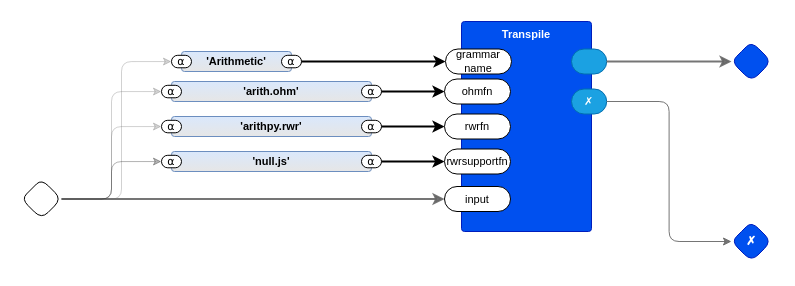
Above: page "To Python" (4 of 5) of arith0d.drawio in guitarvydas/arith0d (draw.io), before the change. Source tidied: cells renumbered, new cells numbered last; positions are measured from the earlier drawing's top-left corner, leaving out a move shared by most shapes. Both pictures are drawn from the tidied source at 100%, with x=0, y=0 at pixel (21, 21).
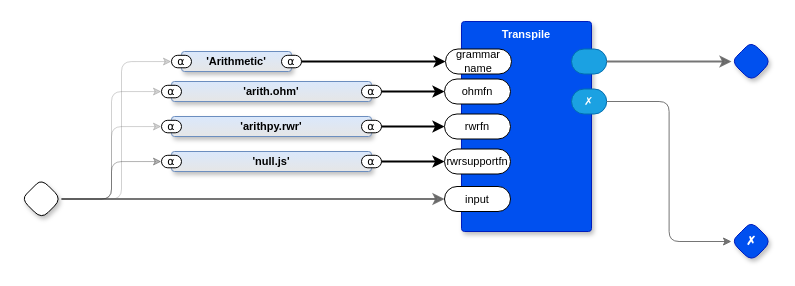
The same page after the edit.

The edit, as a diff of the source:
```diff
@@
-    <mxCell id="7" style="rhombus;whiteSpace=wrap;html=1;rounded=1;fontStyle=1;glass=0;sketch=0;fontSize=12;points=[[0,0.5,0,0,0],[0.5,0,0,0,0],[0.5,1,0,0,0],[1,0.5,0,0,0]];shadow=0;fontFamily=Helvetica;fontColor=default;" parent="1" vertex="1">
+    <mxCell id="7" style="rhombus;whiteSpace=wrap;html=1;rounded=1;fontStyle=1;glass=0;sketch=0;fontSize=12;points=[[0,0.5,0,0,0],[0.5,0,0,0,0],[0.5,1,0,0,0],[1,0.5,0,0,0]];shadow=1;fontFamily=Helvetica;fontColor=default;" parent="1" vertex="1">
       <mxGeometry y="157.5" width="40" height="40" as="geometry" />
     </mxCell>
-    <mxCell id="8" style="rhombus;whiteSpace=wrap;html=1;rounded=1;fillColor=#0050ef;fontColor=#ffffff;strokeColor=#001DBC;fontStyle=1;glass=0;sketch=0;fontSize=12;points=[[0,0.5,0,0,0],[0.5,0,0,0,0],[0.5,1,0,0,0],[1,0.5,0,0,0]];shadow=0;fontFamily=Helvetica;" parent="1" vertex="1">
+    <mxCell id="8" style="rhombus;whiteSpace=wrap;html=1;rounded=1;fillColor=#0050ef;fontColor=#ffffff;strokeColor=#001DBC;fontStyle=1;glass=0;sketch=0;fontSize=12;points=[[0,0.5,0,0,0],[0.5,0,0,0,0],[0.5,1,0,0,0],[1,0.5,0,0,0]];shadow=1;fontFamily=Helvetica;" parent="1" vertex="1">
       <mxGeometry x="710" y="20" width="40" height="40" as="geometry" />
     </mxCell>
-    <mxCell id="9" value="Transpile" style="rounded=1;whiteSpace=wrap;html=1;sketch=0;verticalAlign=top;arcSize=6;fontStyle=1;absoluteArcSize=1;shadow=0;strokeColor=#001DBC;fillColor=#0050ef;fontColor=#ffffff;fontFamily=Helvetica;fontSize=11;" parent="1" vertex="1">
+    <mxCell id="9" value="Transpile" style="rounded=1;whiteSpace=wrap;html=1;sketch=0;verticalAlign=top;arcSize=6;fontStyle=1;absoluteArcSize=1;shadow=1;strokeColor=#001DBC;fillColor=#0050ef;fontColor=#ffffff;fontFamily=Helvetica;fontSize=11;" parent="1" vertex="1">
       <mxGeometry x="440" width="130" height="210" as="geometry" />
     </mxCell>
@@
-    <mxCell id="18" value="✗" style="rhombus;whiteSpace=wrap;html=1;rounded=1;fillColor=#0050ef;fontColor=#ffffff;strokeColor=#001DBC;fontStyle=1;glass=0;sketch=0;fontSize=12;points=[[0,0.5,0,0,0],[0.5,0,0,0,0],[0.5,1,0,0,0],[1,0.5,0,0,0]];shadow=0;fontFamily=Helvetica;" parent="1" vertex="1">
+    <mxCell id="18" value="✗" style="rhombus;whiteSpace=wrap;html=1;rounded=1;fillColor=#0050ef;fontColor=#ffffff;strokeColor=#001DBC;fontStyle=1;glass=0;sketch=0;fontSize=12;points=[[0,0.5,0,0,0],[0.5,0,0,0,0],[0.5,1,0,0,0],[1,0.5,0,0,0]];shadow=1;fontFamily=Helvetica;" parent="1" vertex="1">
       <mxGeometry x="710" y="200" width="40" height="40" as="geometry" />
     </mxCell>
@@
-    <mxCell id="20" value="'Arithmetic'" style="rounded=1;whiteSpace=wrap;html=1;sketch=0;verticalAlign=middle;arcSize=6;fontStyle=1;absoluteArcSize=1;shadow=0;strokeColor=#6c8ebf;fillColor=#dae8fc;fontFamily=Helvetica;fontSize=11;gradientColor=#E6E6E6;" parent="1" vertex="1">
+    <mxCell id="20" value="'Arithmetic'" style="rounded=1;whiteSpace=wrap;html=1;sketch=0;verticalAlign=middle;arcSize=6;fontStyle=1;absoluteArcSize=1;shadow=1;strokeColor=#6c8ebf;fillColor=#dae8fc;fontFamily=Helvetica;fontSize=11;gradientColor=#E6E6E6;" parent="1" vertex="1">
       <mxGeometry x="160" y="30" width="110" height="20" as="geometry" />
     </mxCell>
@@
-    <mxCell id="23" value="'null.js'" style="rounded=1;whiteSpace=wrap;html=1;sketch=0;verticalAlign=middle;arcSize=6;fontStyle=1;absoluteArcSize=1;shadow=0;strokeColor=#6c8ebf;fillColor=#dae8fc;fontFamily=Helvetica;fontSize=11;gradientColor=#E6E6E6;" parent="1" vertex="1">
+    <mxCell id="23" value="'null.js'" style="rounded=1;whiteSpace=wrap;html=1;sketch=0;verticalAlign=middle;arcSize=6;fontStyle=1;absoluteArcSize=1;shadow=1;strokeColor=#6c8ebf;fillColor=#dae8fc;fontFamily=Helvetica;fontSize=11;gradientColor=#E6E6E6;" parent="1" vertex="1">
       <mxGeometry x="150" y="130" width="200" height="20" as="geometry" />
     </mxCell>
@@
-    <mxCell id="27" value="'arith.ohm'" style="rounded=1;whiteSpace=wrap;html=1;sketch=0;verticalAlign=middle;arcSize=6;fontStyle=1;absoluteArcSize=1;shadow=0;strokeColor=#6c8ebf;fillColor=#dae8fc;fontFamily=Helvetica;fontSize=11;gradientColor=#E6E6E6;" parent="1" vertex="1">
+    <mxCell id="27" value="'arith.ohm'" style="rounded=1;whiteSpace=wrap;html=1;sketch=0;verticalAlign=middle;arcSize=6;fontStyle=1;absoluteArcSize=1;shadow=1;strokeColor=#6c8ebf;fillColor=#dae8fc;fontFamily=Helvetica;fontSize=11;gradientColor=#E6E6E6;" parent="1" vertex="1">
       <mxGeometry x="150" y="60" width="200" height="20" as="geometry" />
     </mxCell>
@@
-    <mxCell id="31" value="'arithpy.rwr'" style="rounded=1;whiteSpace=wrap;html=1;sketch=0;verticalAlign=middle;arcSize=6;fontStyle=1;absoluteArcSize=1;shadow=0;strokeColor=#6c8ebf;fillColor=#dae8fc;fontFamily=Helvetica;fontSize=11;gradientColor=#E6E6E6;" parent="1" vertex="1">
+    <mxCell id="31" value="'arithpy.rwr'" style="rounded=1;whiteSpace=wrap;html=1;sketch=0;verticalAlign=middle;arcSize=6;fontStyle=1;absoluteArcSize=1;shadow=1;strokeColor=#6c8ebf;fillColor=#dae8fc;fontFamily=Helvetica;fontSize=11;gradientColor=#E6E6E6;" parent="1" vertex="1">
       <mxGeometry x="150" y="95" width="200" height="20" as="geometry" />
     </mxCell>
```
